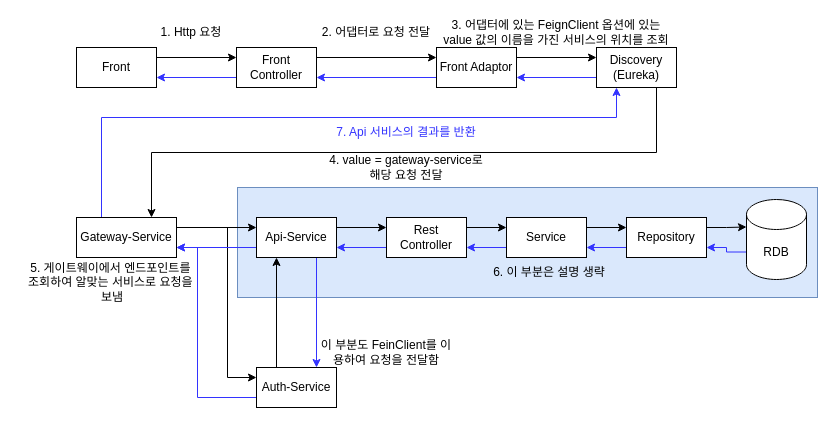
This is 프론트 팀 동작 방식.drawio from nhnacademy-aiot1-5/docs, a draw.io file, before an edit. Source tidied: cells renumbered, new cells numbered last; positions are measured from the earlier drawing's top-left corner, leaving out a move shared by most shapes. Both pictures are drawn from the tidied source at 100%, with x=0, y=0 at pixel (17, 17).
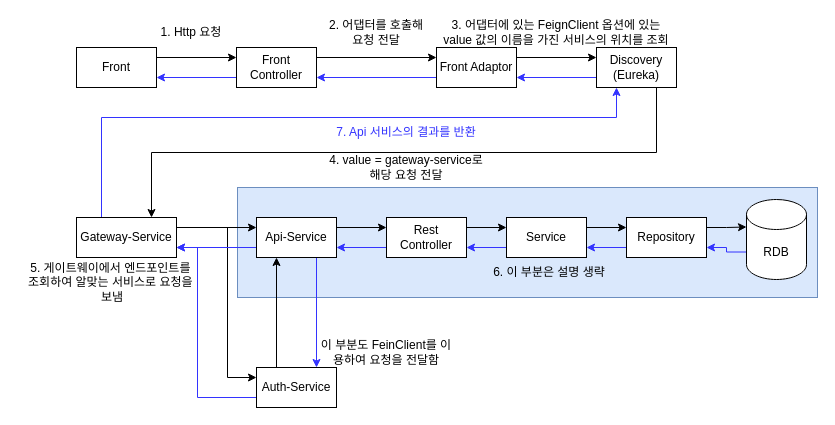
Above is the later version.

Commit message:
프론트 팀 동작 방식.drawio 업데이트

Change to the diagram source:
```diff
@@
-    <mxCell id="12" value="2. 어댑터로 요청 전달" style="text;html=1;align=center;verticalAlign=middle;whiteSpace=wrap;rounded=0;" parent="1" vertex="1">
+    <mxCell id="12" value="2. 어댑터를 호출해&lt;div&gt;요청 전달&lt;/div&gt;" style="text;html=1;align=center;verticalAlign=middle;whiteSpace=wrap;rounded=0;" parent="1" vertex="1">
       <mxGeometry x="299" width="120" height="30" as="geometry" />
     </mxCell>
```
